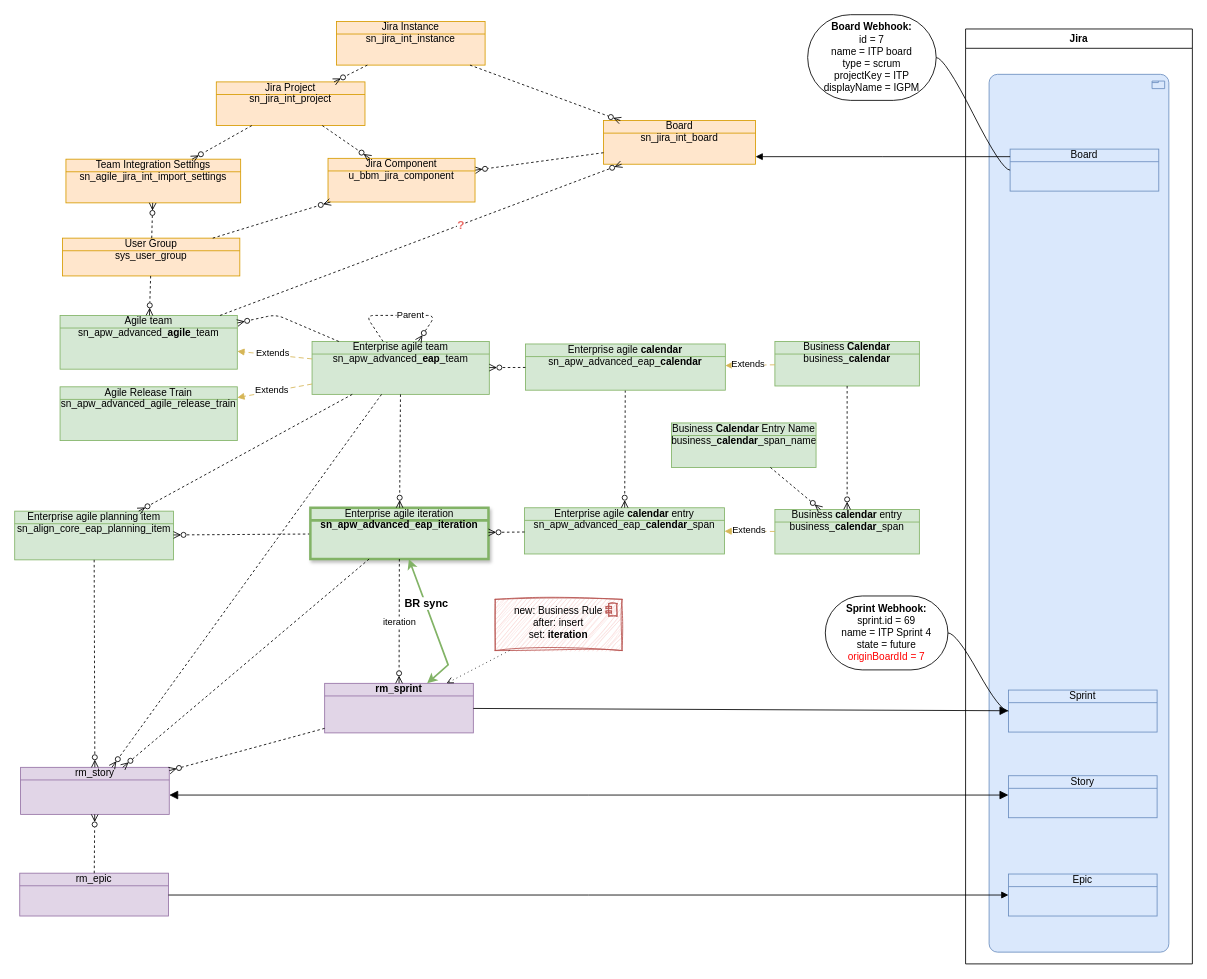
Earlier version of the draw.io diagram BoschEAP.drawio (algimas/tmp). Source tidied: cells renumbered, new cells numbered last; positions are measured from the earlier drawing's top-left corner, leaving out a move shared by most shapes. Both pictures are drawn from the tidied source at 84%, with x=0, y=0 at pixel (14, 14).
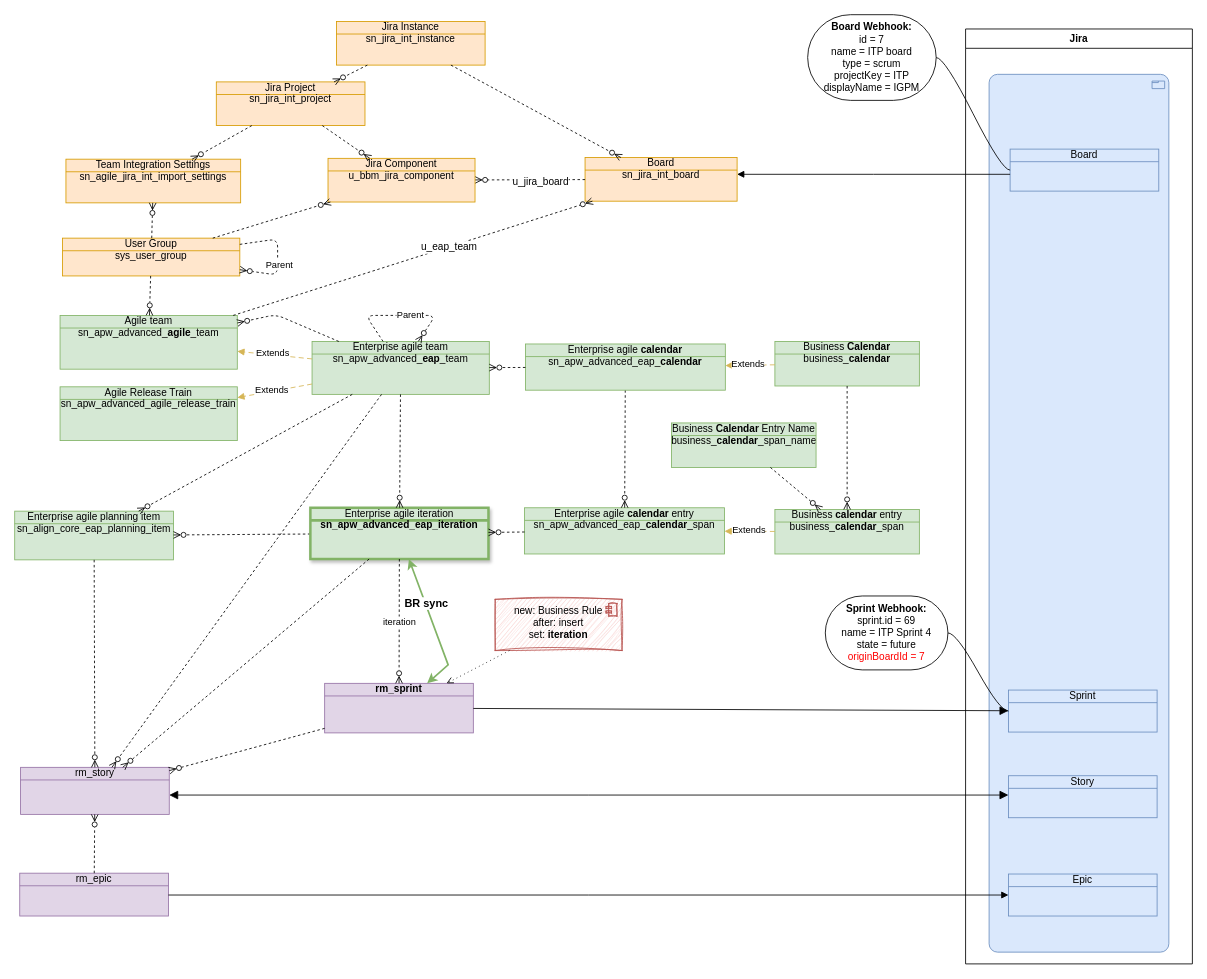
The same page after the edit.

The change refers to these unchanged cells:
```xml
<mxCell id="34" value="User Group&lt;div&gt;sys_user_group&lt;/div&gt;" style="html=1;outlineConnect=0;whiteSpace=wrap;fillColor=#ffe6cc;shape=mxgraph.archimate3.businessObject;overflow=fill;strokeColor=#d79b00;" parent="1" vertex="1">
  <mxGeometry x="57" y="266" width="211" height="45" as="geometry" />
</mxCell>
<mxCell id="46" style="html=1;dashed=1;labelBackgroundColor=none;startArrow=none;endArrow=ERzeroToMany;fontFamily=Verdana;fontSize=12;align=left;startFill=0;endFill=0;" parent="1" edge="1" source="40" target="72">
  <mxGeometry relative="1" as="geometry" />
</mxCell>
<mxCell id="50" style="html=1;dashed=1;labelBackgroundColor=none;startArrow=none;endArrow=ERzeroToMany;fontFamily=Verdana;fontSize=12;align=left;startFill=0;endFill=0;" parent="1" edge="1" source="31" target="40">
  <mxGeometry relative="1" as="geometry" />
</mxCell>
```

What changed in the source:
```diff
@@
     <mxCell id="40" value="Board&lt;div&gt;sn_jira_int_board&lt;/div&gt;" style="html=1;outlineConnect=0;whiteSpace=wrap;fillColor=#ffe6cc;shape=mxgraph.archimate3.businessObject;overflow=fill;strokeColor=#d79b00;" parent="1" vertex="1">
-      <mxGeometry x="701" y="126" width="181" height="52" as="geometry" />
+      <mxGeometry x="679" y="170" width="181" height="52" as="geometry" />
     </mxCell>
@@
+    <mxCell id="75" value="u_jira_board" style="edgeLabel;html=1;align=center;verticalAlign=middle;fontSize=12;" parent="46" vertex="1">
+      <mxGeometry x="-0.18" y="2" relative="1" as="geometry" />
+    </mxCell>
@@
-    <mxCell id="51" value="&lt;font style=&quot;color: rgb(234, 107, 102); font-size: 14px;&quot;&gt;&lt;b style=&quot;&quot;&gt;?&lt;/b&gt;&lt;/font&gt;" style="edgeLabel;html=1;align=center;verticalAlign=middle;" parent="50" vertex="1">
+    <mxCell id="51" value="&lt;font style=&quot;color: rgb(0, 0, 0);&quot;&gt;u_eap_team&lt;/font&gt;" style="edgeLabel;html=1;align=center;verticalAlign=middle;fontSize=12;" parent="50" vertex="1">
       <mxGeometry x="0.2" relative="1" as="geometry" />
     </mxCell>
@@
+    <mxCell id="76" style="html=1;dashed=1;labelBackgroundColor=none;startArrow=none;endArrow=ERzeroToMany;fontFamily=Verdana;fontSize=12;align=left;startFill=0;endFill=0;" parent="1" edge="1" source="34" target="34">
+      <mxGeometry relative="1" as="geometry">
+        <Array as="points">
+          <mxPoint x="313" y="267" />
+        </Array>
+      </mxGeometry>
+    </mxCell>
+    <mxCell id="77" value="Parent" style="edgeLabel;html=1;align=center;verticalAlign=middle;" parent="76" vertex="1">
+      <mxGeometry x="0.14" y="1" relative="1" as="geometry" />
+    </mxCell>
```
